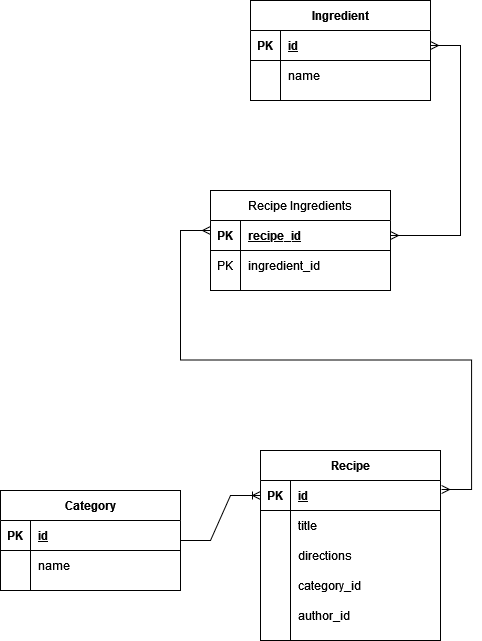
The draw.io diagram app/assets/images/RecipeERD.drawio.png in Iirbis/Intro_to_Ruby_Project, before a commit. Source tidied: cells renumbered, new cells last; positions are measured from the earlier drawing's top-left corner, leaving out a move shared by most shapes.
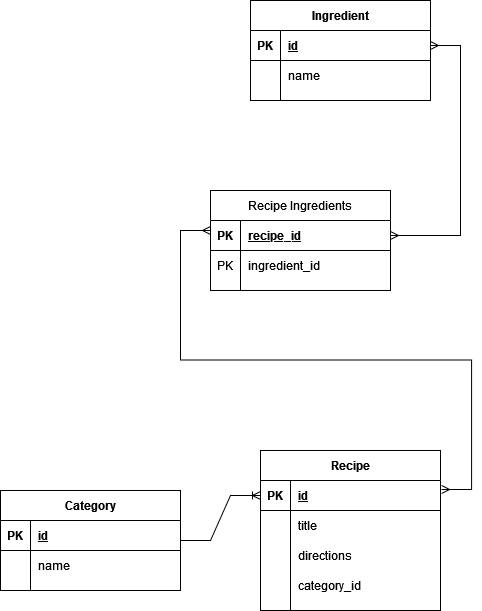
After the change.

What changed in the source:
```diff
@@ -3,7 +3,7 @@
     <mxCell id="0" />
     <mxCell id="1" parent="0" />
     <mxCell id="2" value="Recipe" style="shape=table;startSize=30;rowLines=0;fontStyle=1;align=center;" parent="1" vertex="1">
-      <mxGeometry x="260" y="450" width="180" height="190" as="geometry" />
+      <mxGeometry x="260" y="450" width="180" height="160" as="geometry" />
     </mxCell>
     <mxCell id="3" style="shape=partialRectangle;fillColor=none;top=0;left=0;bottom=1;right=0;points=[[0,0.5],[1,0.5]];portConstraint=eastwest;" parent="2" vertex="1">
       <mxGeometry y="30" width="180" height="30" as="geometry" />
@@ -41,15 +41,6 @@
     <mxCell id="14" value="category_id" style="shape=partialRectangle;fillColor=none;top=0;left=0;bottom=0;right=0;align=left;spacingLeft=6;overflow=hidden;" parent="12" vertex="1">
       <mxGeometry x="30" width="150" height="30" as="geometry" />
     </mxCell>
-    <mxCell id="15" style="shape=partialRectangle;fillColor=none;top=0;left=0;bottom=0;right=0;" parent="2" vertex="1">
-      <mxGeometry y="150" width="180" height="30" as="geometry" />
-    </mxCell>
-    <mxCell id="16" style="shape=partialRectangle;fillColor=none;top=0;left=0;bottom=0;right=0;overflow=hidden;" parent="15" vertex="1">
-      <mxGeometry width="30" height="30" as="geometry" />
-    </mxCell>
-    <mxCell id="17" value="author_id" style="shape=partialRectangle;fillColor=none;top=0;left=0;bottom=0;right=0;align=left;spacingLeft=6;overflow=hidden;" parent="15" vertex="1">
-      <mxGeometry x="30" width="150" height="30" as="geometry" />
-    </mxCell>
     <mxCell id="18" value="Ingredient" style="shape=table;startSize=30;rowLines=0;fontStyle=1;align=center;" parent="1" vertex="1">
       <mxGeometry x="250" width="180" height="100" as="geometry" />
     </mxCell>
```
